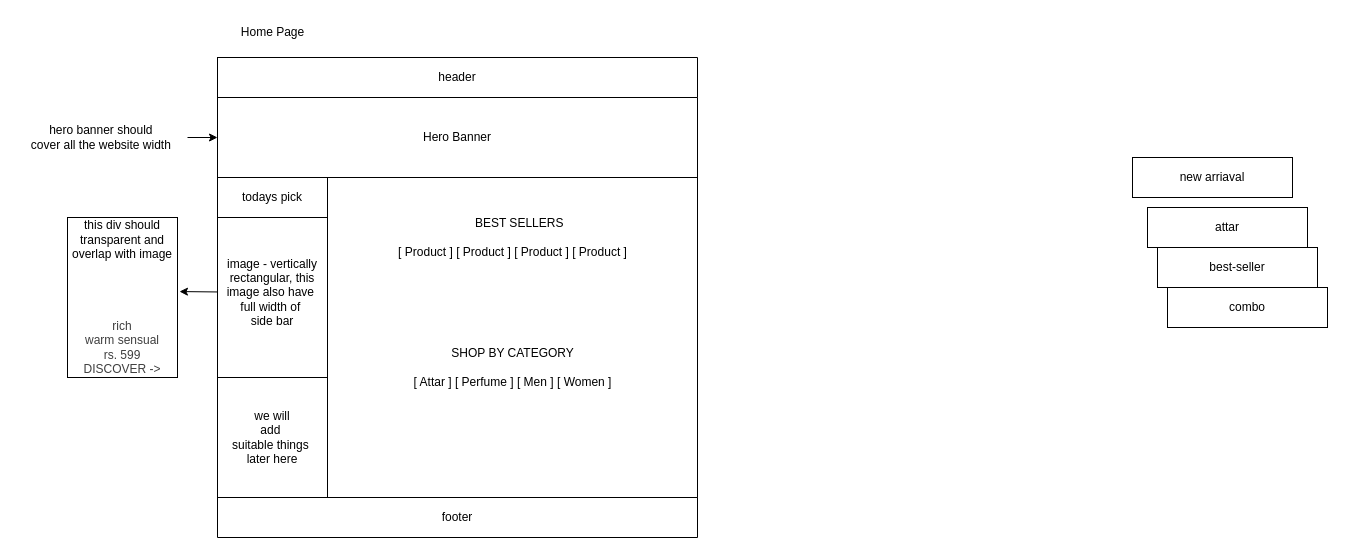
Before: test.drawio in prameshwro07/sugandha, a draw.io diagram. Source tidied: cells renumbered, new cells numbered last; positions are measured from the earlier drawing's top-left corner, leaving out a move shared by most shapes. Both pictures are drawn from the tidied source at 100%, with x=0, y=0 at pixel (17, 17).
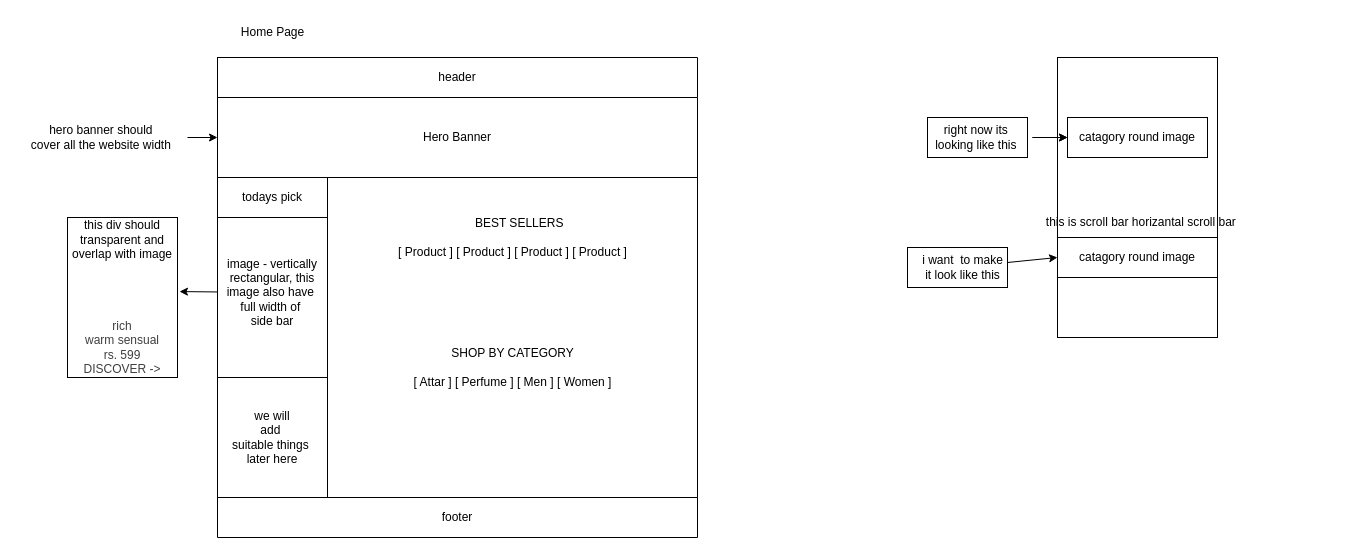
Above is the later version.

What changed in the source:
```diff
@@
-    <mxCell id="11" value="new arriaval" style="whiteSpace=wrap;html=1;" parent="1" vertex="1">
-      <mxGeometry x="1115" y="140" width="160" height="40" as="geometry" />
+    <mxCell id="11" style="whiteSpace=wrap;html=1;" parent="1" vertex="1">
+      <mxGeometry x="1040" y="40" width="160" height="280" as="geometry" />
     </mxCell>
@@
-    <mxCell id="13" value="combo" style="whiteSpace=wrap;html=1;" parent="1" vertex="1">
-      <mxGeometry x="1150" y="270" width="160" height="40" as="geometry" />
+    <mxCell id="13" style="whiteSpace=wrap;html=1;" parent="1" vertex="1">
+      <mxGeometry x="910" y="100" width="100" height="40" as="geometry" />
     </mxCell>
+    <mxCell id="26" style="edgeStyle=none;html=1;entryX=0;entryY=0.5;entryDx=0;entryDy=0;" parent="1" edge="1" source="14" target="15">
+      <mxGeometry relative="1" as="geometry" />
+    </mxCell>
-    <mxCell id="14" value="best-seller" style="whiteSpace=wrap;html=1;" parent="1" vertex="1">
-      <mxGeometry x="1140" y="230" width="160" height="40" as="geometry" />
+    <mxCell id="14" style="whiteSpace=wrap;html=1;" parent="1" vertex="1">
+      <mxGeometry x="890" y="230" width="100" height="40" as="geometry" />
     </mxCell>
-    <mxCell id="15" value="attar" style="whiteSpace=wrap;html=1;" parent="1" vertex="1">
-      <mxGeometry x="1130" y="190" width="160" height="40" as="geometry" />
+    <mxCell id="15" value="catagory round image" style="whiteSpace=wrap;html=1;" parent="1" vertex="1">
+      <mxGeometry x="1040" y="220" width="160" height="40" as="geometry" />
     </mxCell>
@@
+    <mxCell id="27" value="catagory round image" style="whiteSpace=wrap;html=1;" parent="1" vertex="1">
+      <mxGeometry x="1050" y="100" width="140" height="40" as="geometry" />
+    </mxCell>
+    <mxCell id="28" style="edgeStyle=none;html=1;entryX=0;entryY=0.5;entryDx=0;entryDy=0;" parent="1" edge="1" source="30" target="27">
+      <mxGeometry relative="1" as="geometry" />
+    </mxCell>
+    <mxCell id="29" style="edgeStyle=none;html=1;entryX=0;entryY=0.5;entryDx=0;entryDy=0;" parent="1" edge="1" source="30" target="27">
+      <mxGeometry relative="1" as="geometry" />
+    </mxCell>
+    <mxCell id="30" value="right now its&amp;nbsp;&lt;div&gt;looking like this&amp;nbsp;&lt;/div&gt;" style="text;html=1;align=center;verticalAlign=middle;points=[];strokeColor=none;fillColor=none;" parent="1" vertex="1">
+      <mxGeometry x="905" y="100" width="110" height="40" as="geometry" />
+    </mxCell>
+    <mxCell id="31" value="i want&amp;nbsp; to make&lt;div&gt;it look like this&lt;/div&gt;" style="text;html=1;align=center;verticalAlign=middle;strokeColor=none;fillColor=none;" parent="1" vertex="1">
+      <mxGeometry x="895" y="230" width="100" height="40" as="geometry" />
+    </mxCell>
+    <mxCell id="32" value="this is scroll bar horizantal scroll bar&amp;nbsp;" style="text;html=1;align=center;verticalAlign=middle;strokeColor=none;fillColor=none;" parent="1" vertex="1">
+      <mxGeometry x="1015" y="190" width="220" height="30" as="geometry" />
+    </mxCell>
```
